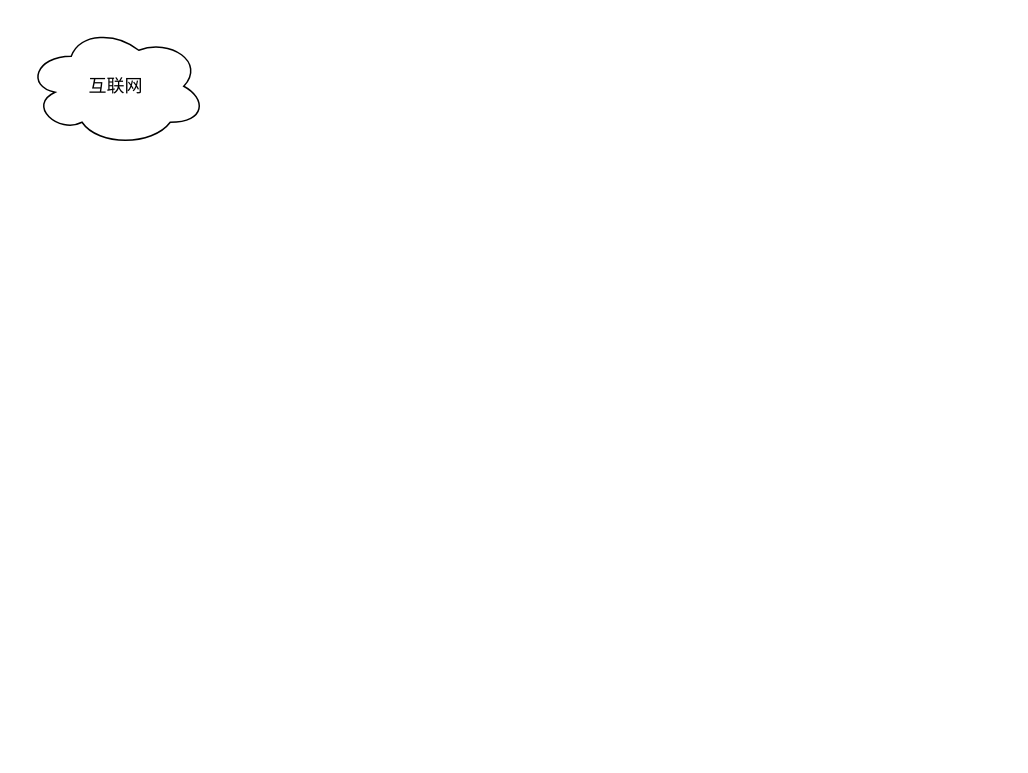
Earlier version of the draw.io diagram 未命名绘图.drawio (chenjh3061/hello-world). Source tidied: cells renumbered, new cells numbered last; positions are measured from the earlier drawing's top-left corner, leaving out a move shared by most shapes. Both pictures are drawn from the tidied source at 150%, with x=0, y=0 at pixel (26, 26).
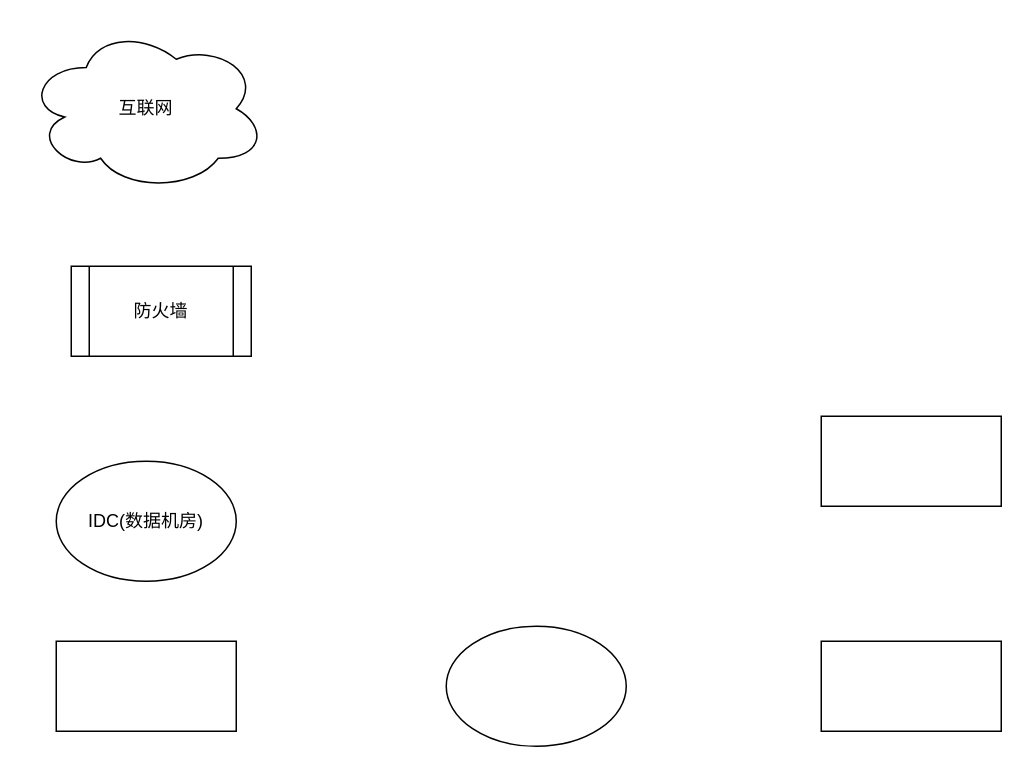
Above is the later version.

Commit message (it also covers changes not shown here):
更新未命名绘图.drawio

Diff of the diagram source:
```diff
@@
 <mxGraphModel>
   <root>
     <mxCell id="0" />
     <mxCell id="1" parent="0" />
     <mxCell id="2" value="互联网" style="ellipse;shape=cloud;whiteSpace=wrap;html=1;" parent="1" vertex="1">
-      <mxGeometry width="120" height="80" as="geometry" />
+      <mxGeometry width="160" height="110" as="geometry" />
     </mxCell>
+    <mxCell id="3" value="防火墙" style="shape=process;whiteSpace=wrap;html=1;backgroundOutline=1;" parent="1" vertex="1">
+      <mxGeometry x="30" y="160" width="120" height="60" as="geometry" />
+    </mxCell>
+    <mxCell id="4" style="rounded=0;whiteSpace=wrap;html=1;" parent="1" vertex="1">
+      <mxGeometry x="20" y="410" width="120" height="60" as="geometry" />
+    </mxCell>
+    <mxCell id="5" value="IDC(数据机房)" style="ellipse;whiteSpace=wrap;html=1;" parent="1" vertex="1">
+      <mxGeometry x="20" y="290" width="120" height="80" as="geometry" />
+    </mxCell>
+    <mxCell id="6" style="ellipse;whiteSpace=wrap;html=1;" parent="1" vertex="1">
+      <mxGeometry x="280" y="400" width="120" height="80" as="geometry" />
+    </mxCell>
+    <mxCell id="7" style="rounded=0;whiteSpace=wrap;html=1;" parent="1" vertex="1">
+      <mxGeometry x="530" y="410" width="120" height="60" as="geometry" />
+    </mxCell>
+    <mxCell id="8" style="rounded=0;whiteSpace=wrap;html=1;" parent="1" vertex="1">
+      <mxGeometry x="530" y="260" width="120" height="60" as="geometry" />
+    </mxCell>
   </root>
 </mxGraphModel>
```
